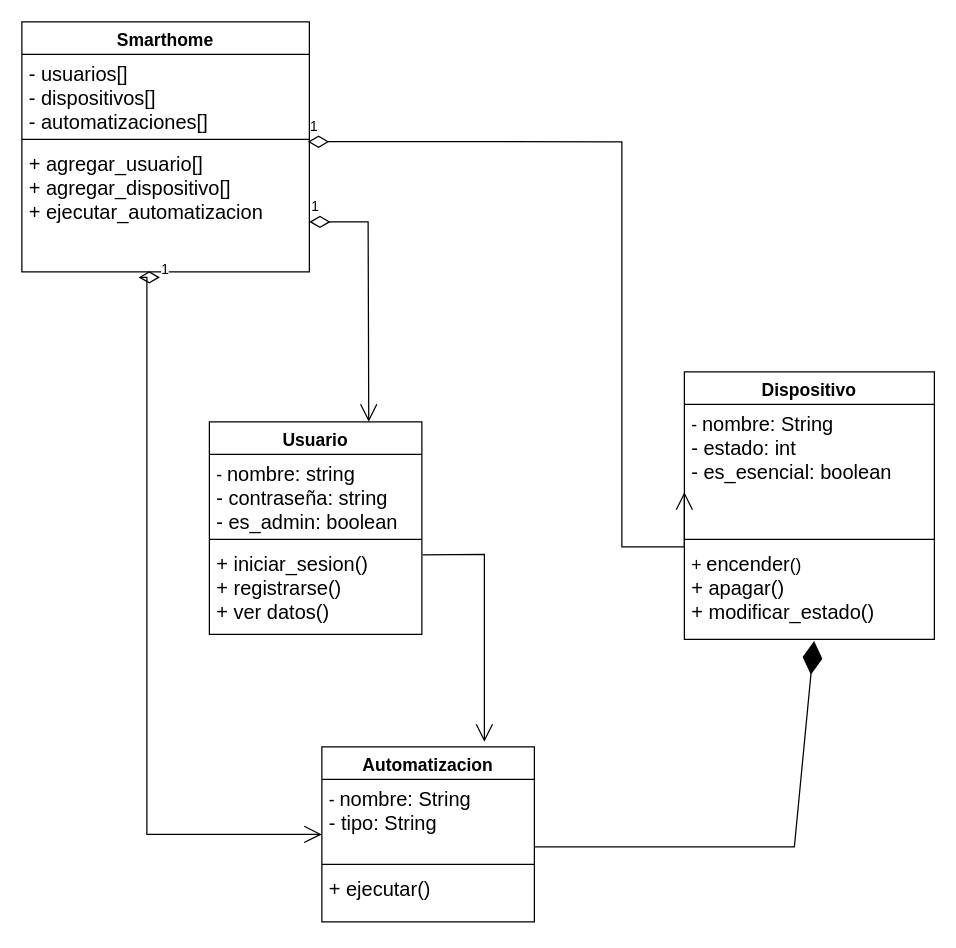
Grupo-L-ISPC/Smart-Home_ISPC_Grupo_L keeps this draw.io diagram as DC-Evidencia-5/Diagramav2.drawio. Above is the earlier version. Source tidied: cells renumbered, new cells numbered last; positions are measured from the earlier drawing's top-left corner, leaving out a move shared by most shapes. Both pictures are drawn from the tidied source at 125%, with x=0, y=0 at pixel (21, 21).
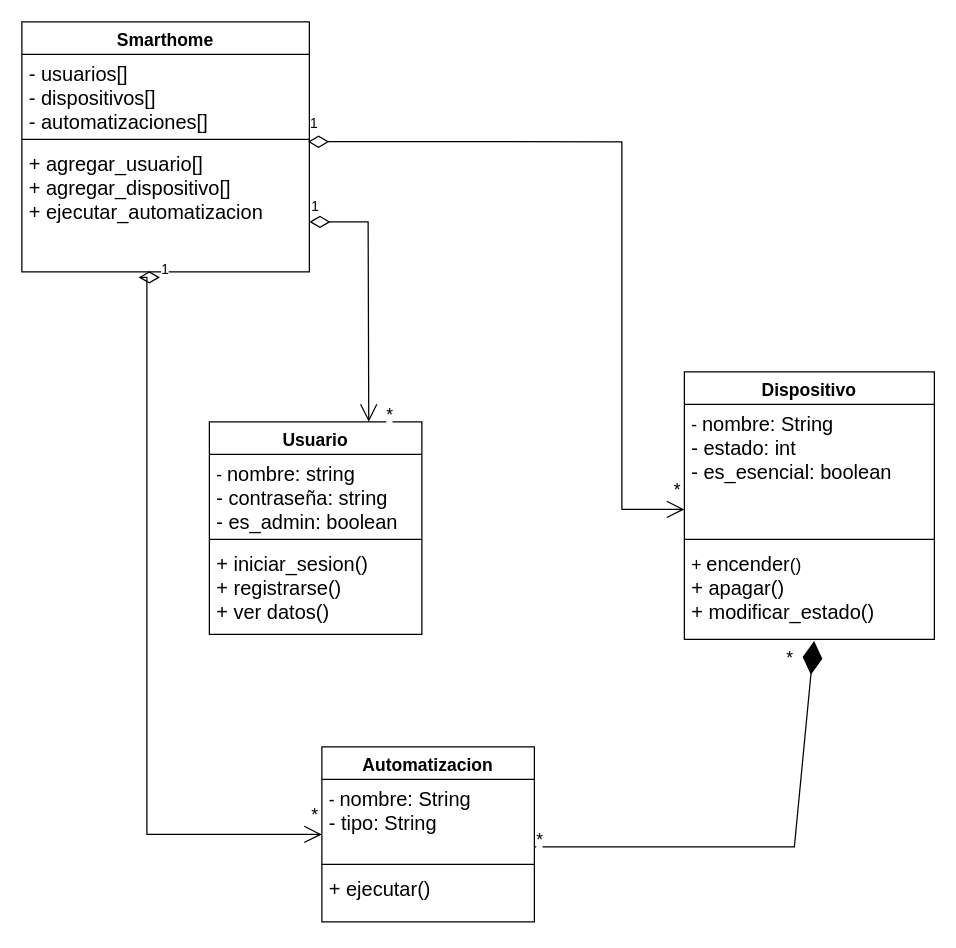
Above is the later version.

Commit message (it also covers changes not shown here):
modifidaciones en diagrama y justificacion, evidencia 5

Unchanged cells that the change refers to:
```xml
<mxCell id="5" value="&lt;font style=&quot;font-size: 16px;&quot;&gt;+ iniciar_sesion()&lt;/font&gt;&lt;div&gt;&lt;font size=&quot;3&quot;&gt;+ registrarse()&lt;/font&gt;&lt;/div&gt;&lt;div&gt;&lt;font size=&quot;3&quot;&gt;+ ver datos()&lt;/font&gt;&lt;/div&gt;" style="text;strokeColor=none;fillColor=none;align=left;verticalAlign=top;spacingLeft=4;spacingRight=4;overflow=hidden;points=[[0,0.5],[1,0.5]];portConstraint=eastwest;whiteSpace=wrap;html=1;" parent="2" vertex="1">
  <mxGeometry y="98" width="170" height="72" as="geometry" />
</mxCell>
<mxCell id="7" value="&lt;font style=&quot;font-size: 14px;&quot;&gt;- &lt;/font&gt;&lt;font style=&quot;font-size: 16px;&quot;&gt;nombre: String&lt;/font&gt;&lt;div&gt;&lt;font size=&quot;3&quot;&gt;- estado: int&lt;/font&gt;&lt;/div&gt;&lt;div&gt;&lt;font size=&quot;3&quot;&gt;- es_esencial: boolean&amp;nbsp;&lt;/font&gt;&lt;/div&gt;" style="text;strokeColor=none;fillColor=none;align=left;verticalAlign=top;spacingLeft=4;spacingRight=4;overflow=hidden;points=[[0,0.5],[1,0.5]];portConstraint=eastwest;whiteSpace=wrap;html=1;" parent="6" vertex="1">
  <mxGeometry y="26" width="200" height="104" as="geometry" />
</mxCell>
<mxCell id="17" value="&lt;font style=&quot;font-size: 16px;&quot;&gt;+ agregar_usuario[]&lt;/font&gt;&lt;div&gt;&lt;font size=&quot;3&quot;&gt;+ agregar_dispositivo[]&lt;/font&gt;&lt;/div&gt;&lt;div&gt;&lt;font size=&quot;3&quot;&gt;+ ejecutar_automatizacion&lt;/font&gt;&lt;/div&gt;&lt;div&gt;&lt;br&gt;&lt;/div&gt;" style="text;strokeColor=none;fillColor=none;align=left;verticalAlign=top;spacingLeft=4;spacingRight=4;overflow=hidden;points=[[0,0.5],[1,0.5]];portConstraint=eastwest;whiteSpace=wrap;html=1;" parent="14" vertex="1">
  <mxGeometry y="98" width="230" height="102" as="geometry" />
</mxCell>
```

Diff of the diagram source:
```diff
@@
-    <mxCell id="18" value="1" style="endArrow=open;html=1;endSize=12;startArrow=diamondThin;startSize=14;startFill=0;edgeStyle=orthogonalEdgeStyle;align=left;verticalAlign=bottom;rounded=0;entryX=0;entryY=0.675;entryDx=0;entryDy=0;exitX=0.995;exitY=-0.021;exitDx=0;exitDy=0;exitPerimeter=0;entryPerimeter=0;" parent="1" edge="1" source="17" target="7">
-      <mxGeometry x="-1" y="3" relative="1" as="geometry">
+    <mxCell id="18" value="1" style="endArrow=open;html=1;endSize=12;startArrow=diamondThin;startSize=14;startFill=0;edgeStyle=orthogonalEdgeStyle;align=left;verticalAlign=bottom;rounded=0;exitX=0.995;exitY=-0.021;exitDx=0;exitDy=0;exitPerimeter=0;" parent="1" edge="1" source="17">
+      <mxGeometry x="-1" y="6" relative="1" as="geometry">
+        <mxPoint x="530" y="390" as="targetPoint" />
         <Array as="points">
           <mxPoint x="480" y="96" />
-          <mxPoint x="480" y="420" />
+          <mxPoint x="480" y="390" />
         </Array>
       </mxGeometry>
     </mxCell>
@@
-    <mxCell id="20" style="endArrow=open;endFill=1;endSize=12;html=1;rounded=0;exitX=1.004;exitY=0.116;exitDx=0;exitDy=0;exitPerimeter=0;" parent="1" edge="1" source="5">
-      <mxGeometry relative="1" as="geometry">
-        <mxPoint x="370" y="576" as="targetPoint" />
-        <Array as="points">
-          <mxPoint x="370" y="426" />
-        </Array>
-      </mxGeometry>
-    </mxCell>
@@
+    <mxCell id="23" value="&lt;span style=&quot;color: rgb(0, 0, 0); font-family: Helvetica; font-style: normal; font-variant-ligatures: normal; font-variant-caps: normal; font-weight: 400; letter-spacing: normal; orphans: 2; text-align: left; text-indent: 0px; text-transform: none; widows: 2; word-spacing: 0px; -webkit-text-stroke-width: 0px; white-space: nowrap; background-color: rgb(255, 255, 255); text-decoration-thickness: initial; text-decoration-style: initial; text-decoration-color: initial; float: none; display: inline !important;&quot;&gt;&lt;font style=&quot;font-size: 14px;&quot;&gt;*&lt;/font&gt;&lt;/span&gt;&lt;div&gt;&lt;span style=&quot;color: rgb(0, 0, 0); font-family: Helvetica; font-size: 11px; font-style: normal; font-variant-ligatures: normal; font-variant-caps: normal; font-weight: 400; letter-spacing: normal; orphans: 2; text-align: left; text-indent: 0px; text-transform: none; widows: 2; word-spacing: 0px; -webkit-text-stroke-width: 0px; white-space: nowrap; background-color: rgb(255, 255, 255); text-decoration-thickness: initial; text-decoration-style: initial; text-decoration-color: initial; float: none; display: inline !important;&quot;&gt;&lt;br&gt;&lt;/span&gt;&lt;/div&gt;" style="text;whiteSpace=wrap;html=1;" parent="1" vertex="1">
+      <mxGeometry x="520" y="360" width="10" height="20" as="geometry" />
+    </mxCell>
+    <mxCell id="24" value="&lt;span style=&quot;color: rgb(0, 0, 0); font-family: Helvetica; font-style: normal; font-variant-ligatures: normal; font-variant-caps: normal; font-weight: 400; letter-spacing: normal; orphans: 2; text-align: left; text-indent: 0px; text-transform: none; widows: 2; word-spacing: 0px; -webkit-text-stroke-width: 0px; white-space: nowrap; background-color: rgb(255, 255, 255); text-decoration-thickness: initial; text-decoration-style: initial; text-decoration-color: initial; float: none; display: inline !important;&quot;&gt;&lt;font style=&quot;font-size: 14px;&quot;&gt;*&lt;/font&gt;&lt;/span&gt;&lt;div&gt;&lt;span style=&quot;color: rgb(0, 0, 0); font-family: Helvetica; font-style: normal; font-variant-ligatures: normal; font-variant-caps: normal; font-weight: 400; letter-spacing: normal; orphans: 2; text-align: left; text-indent: 0px; text-transform: none; widows: 2; word-spacing: 0px; -webkit-text-stroke-width: 0px; white-space: nowrap; background-color: rgb(255, 255, 255); text-decoration-thickness: initial; text-decoration-style: initial; text-decoration-color: initial; float: none; display: inline !important; font-size: 11px;&quot;&gt;&lt;br&gt;&lt;/span&gt;&lt;/div&gt;" style="text;whiteSpace=wrap;html=1;" parent="1" vertex="1">
+      <mxGeometry x="290" y="300" width="10" height="20" as="geometry" />
+    </mxCell>
+    <mxCell id="25" value="&lt;span style=&quot;color: rgb(0, 0, 0); font-family: Helvetica; font-style: normal; font-variant-ligatures: normal; font-variant-caps: normal; font-weight: 400; letter-spacing: normal; orphans: 2; text-align: left; text-indent: 0px; text-transform: none; widows: 2; word-spacing: 0px; -webkit-text-stroke-width: 0px; white-space: nowrap; background-color: rgb(255, 255, 255); text-decoration-thickness: initial; text-decoration-style: initial; text-decoration-color: initial; float: none; display: inline !important;&quot;&gt;&lt;font style=&quot;font-size: 14px;&quot;&gt;*&lt;/font&gt;&lt;/span&gt;&lt;div&gt;&lt;span style=&quot;color: rgb(0, 0, 0); font-family: Helvetica; font-size: 11px; font-style: normal; font-variant-ligatures: normal; font-variant-caps: normal; font-weight: 400; letter-spacing: normal; orphans: 2; text-align: left; text-indent: 0px; text-transform: none; widows: 2; word-spacing: 0px; -webkit-text-stroke-width: 0px; white-space: nowrap; background-color: rgb(255, 255, 255); text-decoration-thickness: initial; text-decoration-style: initial; text-decoration-color: initial; float: none; display: inline !important;&quot;&gt;&lt;br&gt;&lt;/span&gt;&lt;/div&gt;" style="text;whiteSpace=wrap;html=1;" parent="1" vertex="1">
+      <mxGeometry x="230" y="620" width="10" height="20" as="geometry" />
+    </mxCell>
+    <mxCell id="26" value="&lt;span style=&quot;color: rgb(0, 0, 0); font-family: Helvetica; font-style: normal; font-variant-ligatures: normal; font-variant-caps: normal; font-weight: 400; letter-spacing: normal; orphans: 2; text-align: left; text-indent: 0px; text-transform: none; widows: 2; word-spacing: 0px; -webkit-text-stroke-width: 0px; white-space: nowrap; background-color: rgb(255, 255, 255); text-decoration-thickness: initial; text-decoration-style: initial; text-decoration-color: initial; float: none; display: inline !important;&quot;&gt;&lt;font style=&quot;font-size: 14px;&quot;&gt;*&lt;/font&gt;&lt;/span&gt;&lt;div&gt;&lt;span style=&quot;color: rgb(0, 0, 0); font-family: Helvetica; font-size: 11px; font-style: normal; font-variant-ligatures: normal; font-variant-caps: normal; font-weight: 400; letter-spacing: normal; orphans: 2; text-align: left; text-indent: 0px; text-transform: none; widows: 2; word-spacing: 0px; -webkit-text-stroke-width: 0px; white-space: nowrap; background-color: rgb(255, 255, 255); text-decoration-thickness: initial; text-decoration-style: initial; text-decoration-color: initial; float: none; display: inline !important;&quot;&gt;&lt;br&gt;&lt;/span&gt;&lt;/div&gt;" style="text;whiteSpace=wrap;html=1;" parent="1" vertex="1">
+      <mxGeometry x="410" y="640" width="10" height="20" as="geometry" />
+    </mxCell>
+    <mxCell id="27" value="&lt;span style=&quot;color: rgb(0, 0, 0); font-family: Helvetica; font-style: normal; font-variant-ligatures: normal; font-variant-caps: normal; font-weight: 400; letter-spacing: normal; orphans: 2; text-align: left; text-indent: 0px; text-transform: none; widows: 2; word-spacing: 0px; -webkit-text-stroke-width: 0px; white-space: nowrap; background-color: rgb(255, 255, 255); text-decoration-thickness: initial; text-decoration-style: initial; text-decoration-color: initial; float: none; display: inline !important;&quot;&gt;&lt;font style=&quot;font-size: 14px;&quot;&gt;*&lt;/font&gt;&lt;/span&gt;&lt;div&gt;&lt;span style=&quot;color: rgb(0, 0, 0); font-family: Helvetica; font-size: 11px; font-style: normal; font-variant-ligatures: normal; font-variant-caps: normal; font-weight: 400; letter-spacing: normal; orphans: 2; text-align: left; text-indent: 0px; text-transform: none; widows: 2; word-spacing: 0px; -webkit-text-stroke-width: 0px; white-space: nowrap; background-color: rgb(255, 255, 255); text-decoration-thickness: initial; text-decoration-style: initial; text-decoration-color: initial; float: none; display: inline !important;&quot;&gt;&lt;br&gt;&lt;/span&gt;&lt;/div&gt;" style="text;whiteSpace=wrap;html=1;" parent="1" vertex="1">
+      <mxGeometry x="610" y="494" width="10" height="20" as="geometry" />
+    </mxCell>
```
